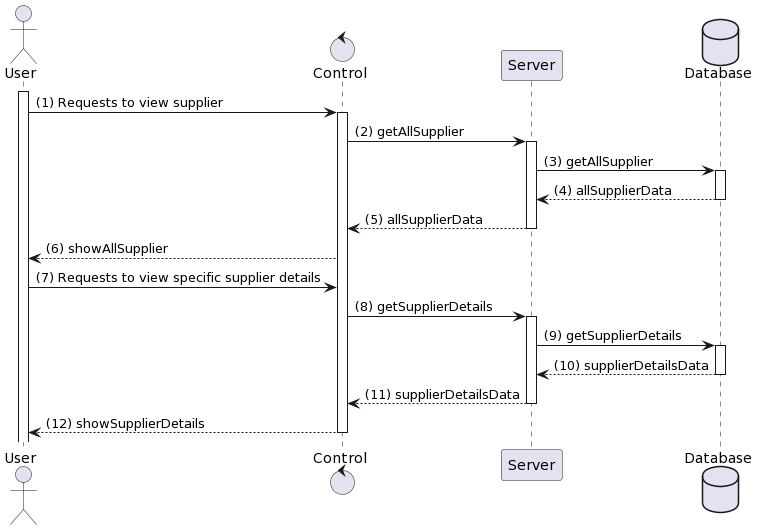
H1eu69/SE357-Pratice-class keeps this PlantUML diagram as Lab 1/Lab 1.2/sequence_diagram/supplier_management/view_supplier.png. Above is the earlier version. Source of this version:
```plantuml
@startuml
actor User
control "Control" as C
participant "Server" as S
database Database

activate User
User -> C: (1) Requests to view supplier
activate C
C -> S: (2) getAllSupplier
activate S
S -> Database: (3) getAllSupplier
activate Database
Database --> S: (4) allSupplierData
deactivate Database
S --> C: (5) allSupplierData
deactivate S
C --> User: (6) showAllSupplier
User -> C: (7) Requests to view specific supplier details
C -> S: (8) getSupplierDetails
activate S
S -> Database: (9) getSupplierDetails
activate Database
Database --> S: (10) supplierDetailsData
deactivate Database
S --> C: (11) supplierDetailsData
deactivate S
C --> User: (12) showSupplierDetails
deactivate C
@enduml
```
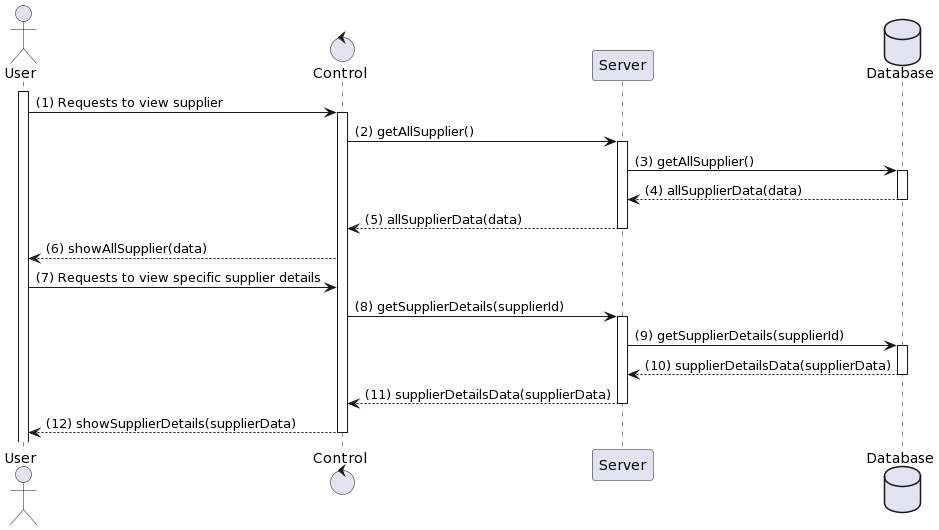
After the commit.

The edit, as a diff of the source:
```diff
@@ -7,24 +7,24 @@
 activate User
 User -> C: (1) Requests to view supplier
 activate C
-C -> S: (2) getAllSupplier
+C -> S: (2) getAllSupplier()
 activate S
-S -> Database: (3) getAllSupplier
+S -> Database: (3) getAllSupplier()
 activate Database
-Database --> S: (4) allSupplierData
+Database --> S: (4) allSupplierData(data)
 deactivate Database
-S --> C: (5) allSupplierData
+S --> C: (5) allSupplierData(data)
 deactivate S
-C --> User: (6) showAllSupplier
+C --> User: (6) showAllSupplier(data)
 User -> C: (7) Requests to view specific supplier details
-C -> S: (8) getSupplierDetails
+C -> S: (8) getSupplierDetails(supplierId)
 activate S
-S -> Database: (9) getSupplierDetails
+S -> Database: (9) getSupplierDetails(supplierId)
 activate Database
-Database --> S: (10) supplierDetailsData
+Database --> S: (10) supplierDetailsData(supplierData)
 deactivate Database
-S --> C: (11) supplierDetailsData
+S --> C: (11) supplierDetailsData(supplierData)
 deactivate S
-C --> User: (12) showSupplierDetails
+C --> User: (12) showSupplierDetails(supplierData)
 deactivate C
 @enduml
```
